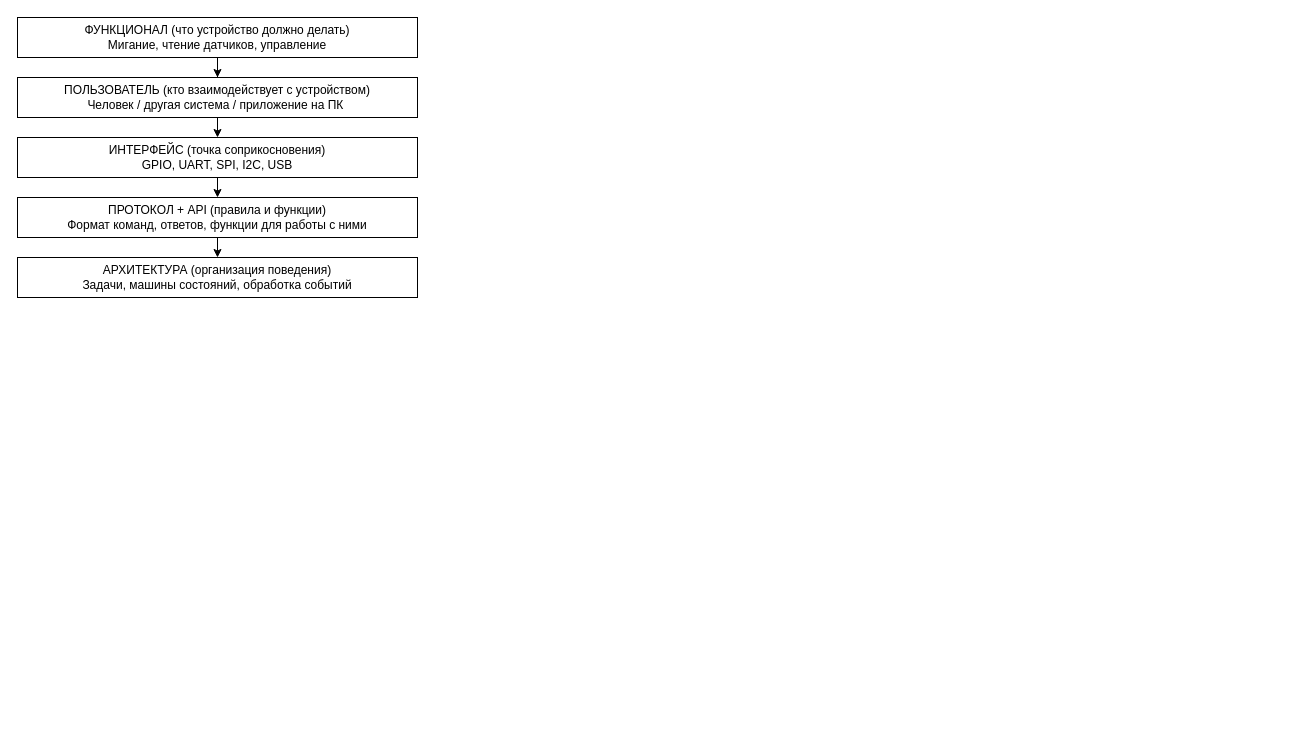
Above: page "Путь от ВПО к устройству" (13 of 14) of 2 Как начать писать код для микроконтроллера/Схемы/СтруктураВПО.drawio in ant-lab-ru/ant-mcu (draw.io), before the change. Source tidied: cells renumbered, new cells numbered last; positions are measured from the earlier drawing's top-left corner, leaving out a move shared by most shapes. Both pictures are drawn from the tidied source at 100%, with x=0, y=0 at pixel (17, 17).
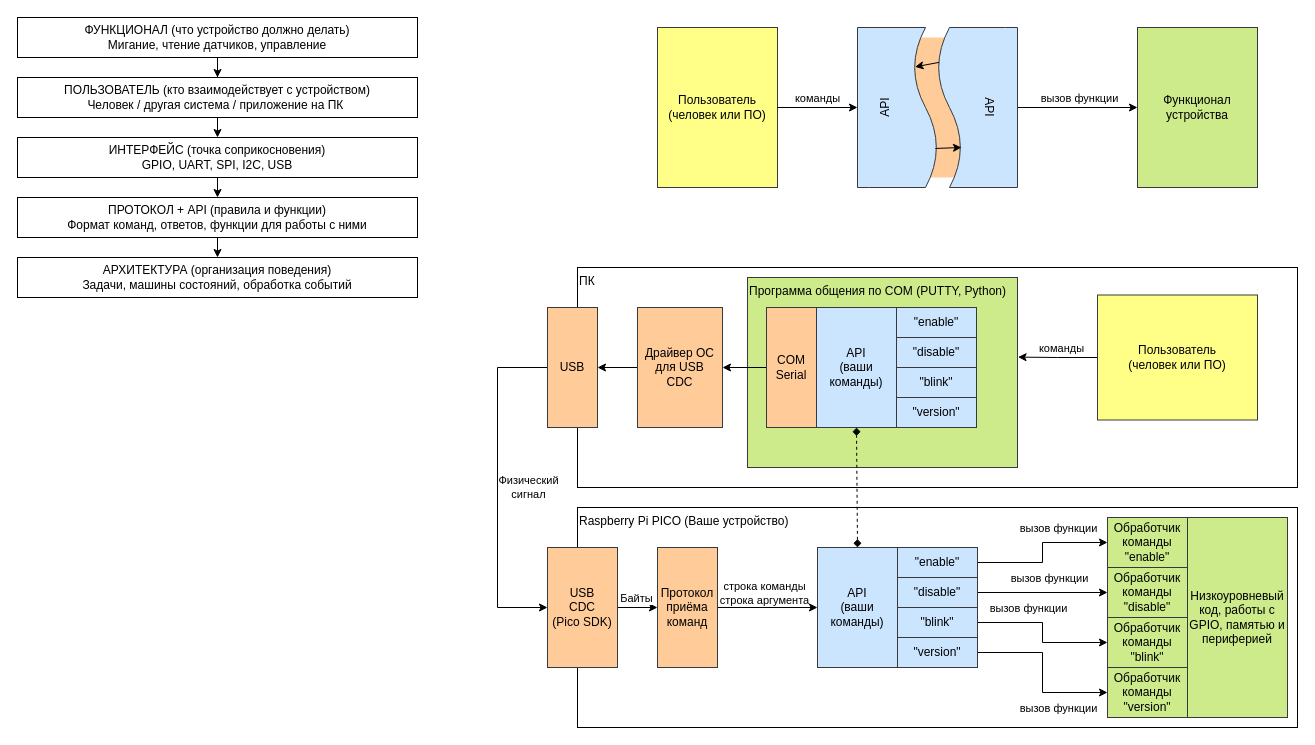
The same page after the edit.

Diff of the diagram source:
```diff
@@
+    <mxCell id="11" style="rounded=0;whiteSpace=wrap;html=1;fillColor=#ffcc99;strokeColor=none;" parent="1" vertex="1">
+      <mxGeometry x="840" y="20" width="160" height="140" as="geometry" />
+    </mxCell>
@@
+    <mxCell id="12" value="Raspberry Pi PICO (Ваше устройство)" style="rounded=0;whiteSpace=wrap;html=1;fillColor=none;verticalAlign=top;align=left;" parent="1" vertex="1">
+      <mxGeometry x="560" y="490" width="720" height="220" as="geometry" />
+    </mxCell>
+    <mxCell id="13" style="edgeStyle=orthogonalEdgeStyle;rounded=0;jettySize=auto;html=1;exitX=1;exitY=0.5;exitDx=0;exitDy=0;entryX=0;entryY=0.5;entryDx=0;entryDy=0;" parent="1" edge="1" source="15" target="18">
+      <mxGeometry relative="1" as="geometry" />
+    </mxCell>
+    <mxCell id="14" value="Байты" style="edgeLabel;html=1;align=center;verticalAlign=middle;" parent="13" vertex="1">
+      <mxGeometry x="-0.39" y="1" relative="1" as="geometry">
+        <mxPoint x="6" y="-9" as="offset" />
+      </mxGeometry>
+    </mxCell>
+    <mxCell id="15" value="USB&lt;br&gt;CDC&lt;br&gt;(Pico SDK)" style="rounded=0;whiteSpace=wrap;html=1;fillColor=#ffcc99;strokeColor=#36393d;" parent="1" vertex="1">
+      <mxGeometry x="530" y="530" width="70" height="120" as="geometry" />
+    </mxCell>
+    <mxCell id="16" style="edgeStyle=orthogonalEdgeStyle;rounded=0;jettySize=auto;html=1;exitX=1;exitY=0.5;exitDx=0;exitDy=0;entryX=0;entryY=0.5;entryDx=0;entryDy=0;" parent="1" edge="1" source="18" target="19">
+      <mxGeometry relative="1" as="geometry" />
+    </mxCell>
+    <mxCell id="17" value="строка команды&lt;br&gt;строка аргумента" style="edgeLabel;html=1;align=center;verticalAlign=middle;" parent="16" vertex="1">
+      <mxGeometry x="-0.36" relative="1" as="geometry">
+        <mxPoint x="14" y="-15" as="offset" />
+      </mxGeometry>
+    </mxCell>
+    <mxCell id="18" value="Протокол&lt;br&gt;приёма команд" style="rounded=0;whiteSpace=wrap;html=1;fillColor=#ffcc99;strokeColor=#36393d;" parent="1" vertex="1">
+      <mxGeometry x="640" y="530" width="60" height="120" as="geometry" />
+    </mxCell>
+    <mxCell id="19" value="API&lt;br&gt;(ваши команды)" style="rounded=0;whiteSpace=wrap;html=1;fillColor=#cce5ff;strokeColor=#36393d;" parent="1" vertex="1">
+      <mxGeometry x="800" y="530" width="80" height="120" as="geometry" />
+    </mxCell>
+    <mxCell id="20" style="edgeStyle=orthogonalEdgeStyle;rounded=0;jettySize=auto;html=1;exitX=1;exitY=0.5;exitDx=0;exitDy=0;" parent="1" edge="1" source="22" target="32">
+      <mxGeometry relative="1" as="geometry" />
+    </mxCell>
+    <mxCell id="21" value="вызов функции" style="edgeLabel;html=1;align=center;verticalAlign=middle;" parent="20" vertex="1">
+      <mxGeometry x="-0.67" y="1" relative="1" as="geometry">
+        <mxPoint x="55" y="-34" as="offset" />
+      </mxGeometry>
+    </mxCell>
+    <mxCell id="22" value="&quot;enable&quot;" style="rounded=0;whiteSpace=wrap;html=1;fillColor=#cce5ff;strokeColor=#36393d;" parent="1" vertex="1">
+      <mxGeometry x="880" y="530" width="80" height="30" as="geometry" />
+    </mxCell>
+    <mxCell id="23" style="edgeStyle=orthogonalEdgeStyle;rounded=0;jettySize=auto;html=1;exitX=1;exitY=0.5;exitDx=0;exitDy=0;entryX=0;entryY=0.5;entryDx=0;entryDy=0;" parent="1" edge="1" source="25" target="33">
+      <mxGeometry relative="1" as="geometry" />
+    </mxCell>
+    <mxCell id="24" value="вызов функции" style="edgeLabel;html=1;align=center;verticalAlign=middle;" parent="23" vertex="1">
+      <mxGeometry x="0.27" y="1" relative="1" as="geometry">
+        <mxPoint x="-12" y="-14" as="offset" />
+      </mxGeometry>
+    </mxCell>
+    <mxCell id="25" value="&quot;disable&quot;" style="rounded=0;whiteSpace=wrap;html=1;fillColor=#cce5ff;strokeColor=#36393d;" parent="1" vertex="1">
+      <mxGeometry x="880" y="560" width="80" height="30" as="geometry" />
+    </mxCell>
+    <mxCell id="26" style="edgeStyle=orthogonalEdgeStyle;rounded=0;jettySize=auto;html=1;exitX=1;exitY=0.5;exitDx=0;exitDy=0;entryX=0;entryY=0.5;entryDx=0;entryDy=0;" parent="1" edge="1" source="28" target="34">
+      <mxGeometry relative="1" as="geometry" />
+    </mxCell>
+    <mxCell id="27" value="вызов функции" style="edgeLabel;html=1;align=center;verticalAlign=middle;" parent="26" vertex="1">
+      <mxGeometry x="0.38" y="1" relative="1" as="geometry">
+        <mxPoint x="-33" y="-34" as="offset" />
+      </mxGeometry>
+    </mxCell>
+    <mxCell id="28" value="&quot;blink&quot;" style="rounded=0;whiteSpace=wrap;html=1;fillColor=#cce5ff;strokeColor=#36393d;" parent="1" vertex="1">
+      <mxGeometry x="880" y="590" width="80" height="30" as="geometry" />
+    </mxCell>
+    <mxCell id="29" style="edgeStyle=orthogonalEdgeStyle;rounded=0;jettySize=auto;html=1;exitX=1;exitY=0.5;exitDx=0;exitDy=0;entryX=0;entryY=0.5;entryDx=0;entryDy=0;" parent="1" edge="1" source="31" target="35">
+      <mxGeometry relative="1" as="geometry" />
+    </mxCell>
+    <mxCell id="30" value="вызов функции" style="edgeLabel;html=1;align=center;verticalAlign=middle;" parent="29" vertex="1">
+      <mxGeometry x="-0.44" y="-1" relative="1" as="geometry">
+        <mxPoint x="32" y="54" as="offset" />
+      </mxGeometry>
+    </mxCell>
+    <mxCell id="31" value="&quot;version&quot;" style="rounded=0;whiteSpace=wrap;html=1;fillColor=#cce5ff;strokeColor=#36393d;" parent="1" vertex="1">
+      <mxGeometry x="880" y="620" width="80" height="30" as="geometry" />
+    </mxCell>
+    <mxCell id="32" value="Обработчик&lt;br&gt;команды&lt;br&gt;&quot;enable&quot;" style="rounded=0;whiteSpace=wrap;html=1;fillColor=#cdeb8b;strokeColor=#36393d;" parent="1" vertex="1">
+      <mxGeometry x="1090" y="500" width="80" height="50" as="geometry" />
+    </mxCell>
+    <mxCell id="33" value="Обработчик&lt;br&gt;команды&lt;br&gt;&quot;disable&quot;" style="rounded=0;whiteSpace=wrap;html=1;fillColor=#cdeb8b;strokeColor=#36393d;" parent="1" vertex="1">
+      <mxGeometry x="1090" y="550" width="80" height="50" as="geometry" />
+    </mxCell>
+    <mxCell id="34" value="Обработчик&lt;br&gt;команды&lt;br&gt;&quot;blink&quot;" style="rounded=0;whiteSpace=wrap;html=1;fillColor=#cdeb8b;strokeColor=#36393d;" parent="1" vertex="1">
+      <mxGeometry x="1090" y="600" width="80" height="50" as="geometry" />
+    </mxCell>
+    <mxCell id="35" value="Обработчик&lt;br&gt;команды&lt;br&gt;&quot;version&quot;" style="rounded=0;whiteSpace=wrap;html=1;fillColor=#cdeb8b;strokeColor=#36393d;" parent="1" vertex="1">
+      <mxGeometry x="1090" y="650" width="80" height="50" as="geometry" />
+    </mxCell>
+    <mxCell id="36" value="Низкоуровневый код, работы с GPIO, памятью и периферией" style="rounded=0;whiteSpace=wrap;html=1;fillColor=#cdeb8b;strokeColor=#36393d;" parent="1" vertex="1">
+      <mxGeometry x="1170" y="500" width="100" height="200" as="geometry" />
+    </mxCell>
+    <mxCell id="37" value="ПК" style="rounded=0;whiteSpace=wrap;html=1;fillColor=none;verticalAlign=top;align=left;strokeColor=default;" parent="1" vertex="1">
+      <mxGeometry x="560" y="250" width="720" height="220" as="geometry" />
+    </mxCell>
+    <mxCell id="38" style="edgeStyle=orthogonalEdgeStyle;rounded=0;jettySize=auto;html=1;exitX=0;exitY=0.5;exitDx=0;exitDy=0;entryX=0;entryY=0.5;entryDx=0;entryDy=0;" parent="1" edge="1" source="40" target="15">
+      <mxGeometry relative="1" as="geometry">
+        <Array as="points">
+          <mxPoint x="480" y="350" />
+          <mxPoint x="480" y="590" />
+        </Array>
+      </mxGeometry>
+    </mxCell>
+    <mxCell id="39" value="Физический&lt;br&gt;сигнал" style="edgeLabel;html=1;align=center;verticalAlign=middle;" parent="38" vertex="1">
+      <mxGeometry x="0.22" y="-1" relative="1" as="geometry">
+        <mxPoint x="31" y="-38" as="offset" />
+      </mxGeometry>
+    </mxCell>
+    <mxCell id="40" value="USB" style="rounded=0;whiteSpace=wrap;html=1;fillColor=#ffcc99;strokeColor=#36393d;" parent="1" vertex="1">
+      <mxGeometry x="530" y="290" width="50" height="120" as="geometry" />
+    </mxCell>
+    <mxCell id="41" style="edgeStyle=orthogonalEdgeStyle;rounded=0;jettySize=auto;html=1;exitX=0;exitY=0.5;exitDx=0;exitDy=0;entryX=1;entryY=0.5;entryDx=0;entryDy=0;" parent="1" edge="1" source="42" target="40">
+      <mxGeometry relative="1" as="geometry" />
+    </mxCell>
+    <mxCell id="42" value="Драйвер ОС для USB&lt;br&gt;CDC" style="rounded=0;whiteSpace=wrap;html=1;fillColor=#ffcc99;strokeColor=#36393d;" parent="1" vertex="1">
+      <mxGeometry x="620" y="290" width="85" height="120" as="geometry" />
+    </mxCell>
+    <mxCell id="43" value="Программа общения по COM (PUTTY, Python)" style="rounded=0;whiteSpace=wrap;html=1;fillColor=#cdeb8b;verticalAlign=top;align=left;strokeColor=#36393d;" parent="1" vertex="1">
+      <mxGeometry x="730" y="260" width="270" height="190" as="geometry" />
+    </mxCell>
+    <mxCell id="44" style="edgeStyle=orthogonalEdgeStyle;rounded=0;jettySize=auto;html=1;exitX=0;exitY=0.5;exitDx=0;exitDy=0;entryX=1;entryY=0.5;entryDx=0;entryDy=0;" parent="1" edge="1" source="45" target="42">
+      <mxGeometry relative="1" as="geometry" />
+    </mxCell>
+    <mxCell id="45" value="COM&lt;br&gt;Serial" style="rounded=0;whiteSpace=wrap;html=1;fillColor=#ffcc99;strokeColor=#36393d;" parent="1" vertex="1">
+      <mxGeometry x="749" y="290" width="50" height="120" as="geometry" />
+    </mxCell>
+    <mxCell id="46" value="API&lt;br&gt;(ваши команды)" style="rounded=0;whiteSpace=wrap;html=1;fillColor=#cce5ff;strokeColor=#36393d;" parent="1" vertex="1">
+      <mxGeometry x="799" y="290" width="80" height="120" as="geometry" />
+    </mxCell>
+    <mxCell id="47" value="&quot;enable&quot;" style="rounded=0;whiteSpace=wrap;html=1;fillColor=#cce5ff;strokeColor=#36393d;" parent="1" vertex="1">
+      <mxGeometry x="879" y="290" width="80" height="30" as="geometry" />
+    </mxCell>
+    <mxCell id="48" value="&quot;disable&quot;" style="rounded=0;whiteSpace=wrap;html=1;fillColor=#cce5ff;strokeColor=#36393d;" parent="1" vertex="1">
+      <mxGeometry x="879" y="320" width="80" height="30" as="geometry" />
+    </mxCell>
+    <mxCell id="49" value="&quot;blink&quot;" style="rounded=0;whiteSpace=wrap;html=1;fillColor=#cce5ff;strokeColor=#36393d;" parent="1" vertex="1">
+      <mxGeometry x="879" y="350" width="80" height="30" as="geometry" />
+    </mxCell>
+    <mxCell id="50" value="&quot;version&quot;" style="rounded=0;whiteSpace=wrap;html=1;fillColor=#cce5ff;strokeColor=#36393d;" parent="1" vertex="1">
+      <mxGeometry x="879" y="380" width="80" height="30" as="geometry" />
+    </mxCell>
+    <mxCell id="51" style="edgeStyle=orthogonalEdgeStyle;rounded=0;jettySize=auto;html=1;exitX=0;exitY=0.5;exitDx=0;exitDy=0;entryX=1.002;entryY=0.419;entryDx=0;entryDy=0;entryPerimeter=0;" parent="1" edge="1" source="53" target="43">
+      <mxGeometry relative="1" as="geometry" />
+    </mxCell>
+    <mxCell id="52" value="команды" style="edgeLabel;html=1;align=center;verticalAlign=middle;" parent="51" vertex="1">
+      <mxGeometry x="-0.28" y="-1" relative="1" as="geometry">
+        <mxPoint x="-8" y="-9" as="offset" />
+      </mxGeometry>
+    </mxCell>
+    <mxCell id="53" value="Пользователь&lt;br&gt;(человек или ПО)" style="rounded=0;whiteSpace=wrap;html=1;fillColor=#ffff88;strokeColor=#36393d;" parent="1" vertex="1">
+      <mxGeometry x="1080" y="277.5" width="160" height="125" as="geometry" />
+    </mxCell>
+    <mxCell id="54" style="endArrow=diamond;startArrow=diamond;html=1;rounded=0;entryX=0.5;entryY=1;entryDx=0;entryDy=0;exitX=0.5;exitY=0;exitDx=0;exitDy=0;dashed=1;startFill=1;endFill=1;" parent="1" edge="1" source="19" target="46">
+      <mxGeometry relative="1" as="geometry" />
+    </mxCell>
+    <mxCell id="55" value="Пользователь&lt;br&gt;(человек или ПО)" style="rounded=0;whiteSpace=wrap;html=1;fillColor=#ffff88;strokeColor=#36393d;" parent="1" vertex="1">
+      <mxGeometry x="640" y="10" width="120" height="160" as="geometry" />
+    </mxCell>
+    <mxCell id="56" value="Функционал&lt;br&gt;устройства" style="rounded=0;whiteSpace=wrap;html=1;fillColor=#cdeb8b;strokeColor=#36393d;" parent="1" vertex="1">
+      <mxGeometry x="1120" y="10" width="120" height="160" as="geometry" />
+    </mxCell>
+    <mxCell id="57" style="edgeStyle=orthogonalEdgeStyle;rounded=0;jettySize=auto;html=1;exitX=1;exitY=0.5;exitDx=0;exitDy=0;entryX=0.5;entryY=0;entryDx=0;entryDy=0;" parent="1" edge="1" source="55" target="59">
+      <mxGeometry relative="1" as="geometry" />
+    </mxCell>
+    <mxCell id="58" value="команды" style="edgeLabel;html=1;align=center;verticalAlign=middle;" parent="57" vertex="1">
+      <mxGeometry x="-0.28" y="-1" relative="1" as="geometry">
+        <mxPoint x="10" y="-11" as="offset" />
+      </mxGeometry>
+    </mxCell>
+    <mxCell id="59" value="API" style="shape=document;whiteSpace=wrap;html=1;boundedLbl=1;rotation=-90;fillColor=#cce5ff;strokeColor=#36393d;" parent="1" vertex="1">
+      <mxGeometry x="800" y="50" width="160" height="80" as="geometry" />
+    </mxCell>
+    <mxCell id="60" style="edgeStyle=orthogonalEdgeStyle;rounded=0;jettySize=auto;html=1;exitX=0.5;exitY=0;exitDx=0;exitDy=0;entryX=0;entryY=0.5;entryDx=0;entryDy=0;" parent="1" edge="1" source="62" target="56">
+      <mxGeometry relative="1" as="geometry" />
+    </mxCell>
+    <mxCell id="61" value="вызов функции" style="edgeLabel;html=1;align=center;verticalAlign=middle;" parent="60" vertex="1">
+      <mxGeometry x="0.21" relative="1" as="geometry">
+        <mxPoint x="-12" y="-10" as="offset" />
+      </mxGeometry>
+    </mxCell>
+    <mxCell id="62" value="API" style="shape=document;whiteSpace=wrap;html=1;boundedLbl=1;rotation=90;fillColor=#cce5ff;strokeColor=#36393d;" parent="1" vertex="1">
+      <mxGeometry x="880" y="50" width="160" height="80" as="geometry" />
+    </mxCell>
+    <mxCell id="63" style="endArrow=none;startArrow=classic;html=1;rounded=0;entryX=0.218;entryY=0.981;entryDx=0;entryDy=0;entryPerimeter=0;exitX=0.754;exitY=0.719;exitDx=0;exitDy=0;exitPerimeter=0;endFill=0;" parent="1" edge="1" source="59" target="62">
+      <mxGeometry relative="1" as="geometry" />
+    </mxCell>
+    <mxCell id="64" style="endArrow=classic;startArrow=none;html=1;rounded=0;entryX=0.218;entryY=0.981;entryDx=0;entryDy=0;entryPerimeter=0;exitX=0.244;exitY=0.973;exitDx=0;exitDy=0;exitPerimeter=0;startFill=0;" parent="1" edge="1" source="59">
+      <mxGeometry relative="1" as="geometry">
+        <mxPoint x="944" y="130" as="targetPoint" />
+      </mxGeometry>
+    </mxCell>
```
